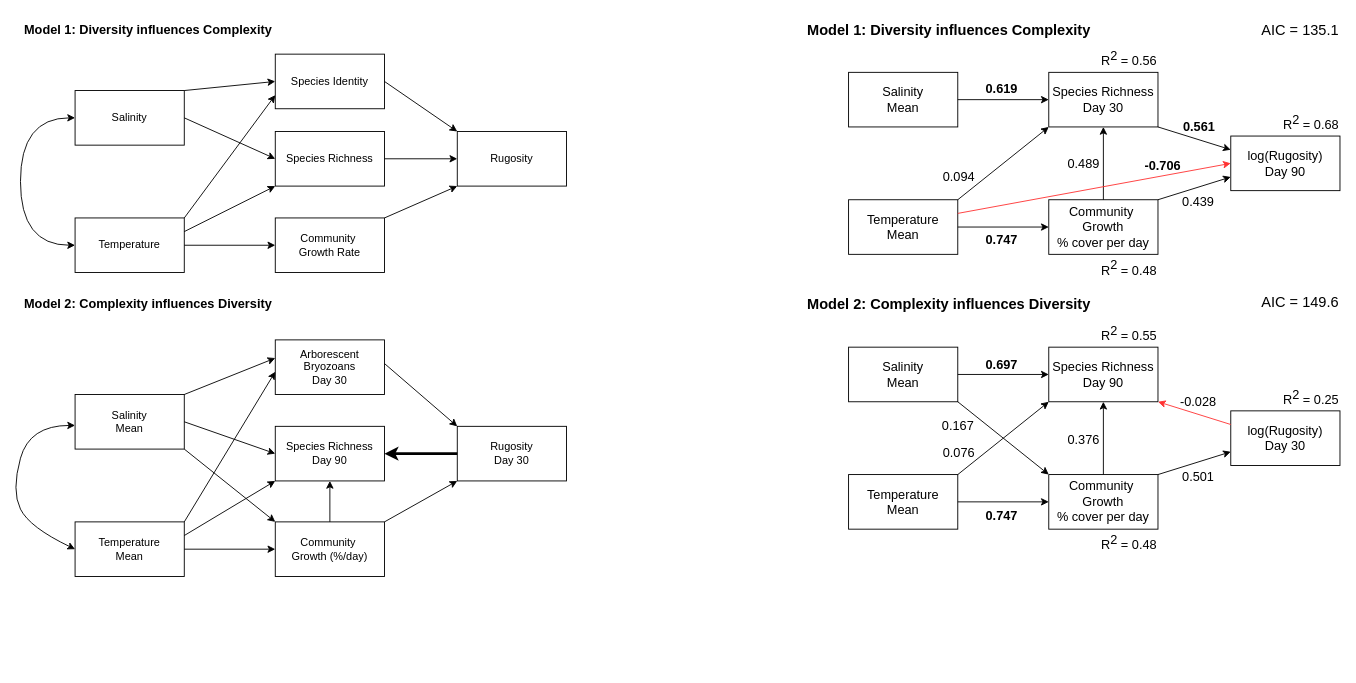
Above: sem/Panels SEM.drawio in mawhal/panels-complexity (draw.io), before the change. Source tidied: cells renumbered, new cells numbered last; positions are measured from the earlier drawing's top-left corner, leaving out a move shared by most shapes. Both pictures are drawn from the tidied source at 91%, with x=0, y=0 at pixel (11, 15).
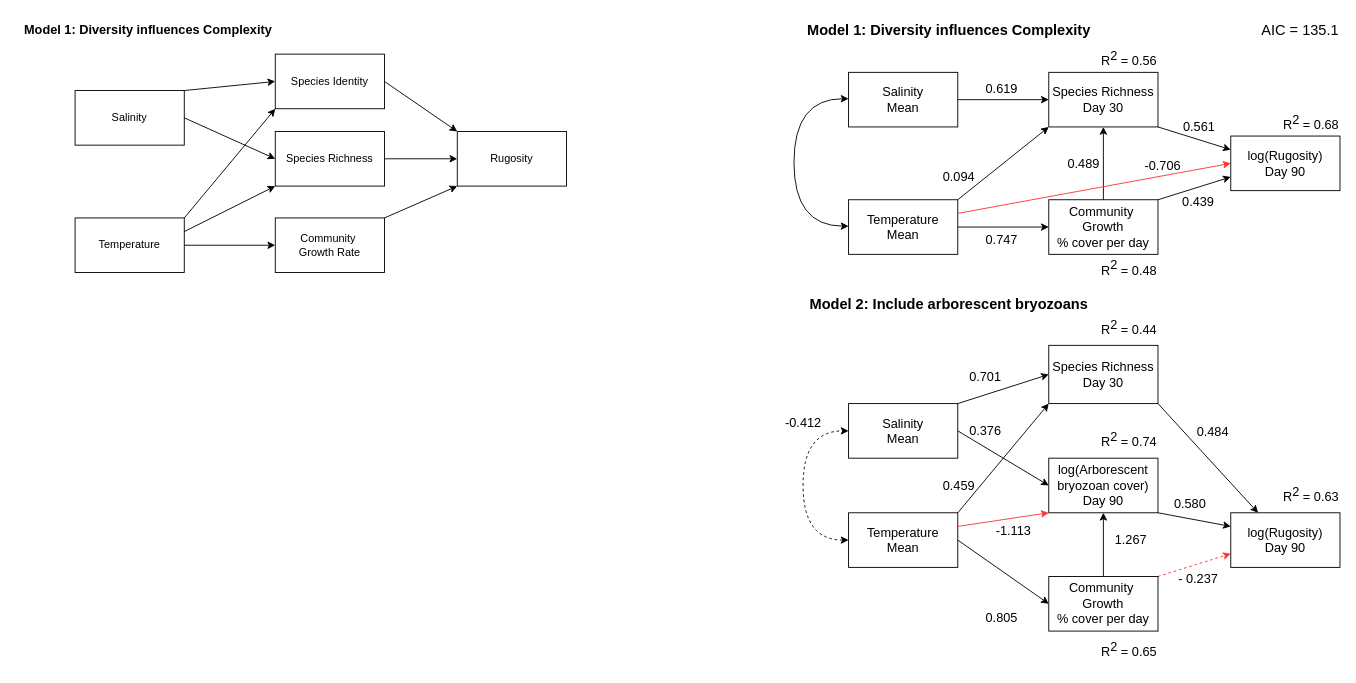
The same page after the edit.

The change refers to these unchanged cells:
```xml
<mxCell id="2" value="Salinity" style="rounded=0;whiteSpace=wrap;html=1;" parent="1" vertex="1">
  <mxGeometry x="70" y="82" width="120" height="60" as="geometry" />
</mxCell>
<mxCell id="6" value="Temperature" style="rounded=0;whiteSpace=wrap;html=1;" parent="1" vertex="1">
  <mxGeometry x="70" y="222" width="120" height="60" as="geometry" />
</mxCell>
<mxCell id="75" value="Species Identity" style="rounded=0;whiteSpace=wrap;html=1;" parent="1" vertex="1">
  <mxGeometry x="290" y="42" width="120" height="60" as="geometry" />
</mxCell>
```

What changed in the source:
```diff
@@
-    <mxCell id="5" style="edgeStyle=orthogonalEdgeStyle;rounded=0;jettySize=auto;html=1;exitX=0;exitY=0.5;exitDx=0;exitDy=0;entryX=0;entryY=0.5;entryDx=0;entryDy=0;curved=1;startArrow=classic;startFill=1;" parent="1" edge="1" source="6" target="2">
-      <mxGeometry relative="1" as="geometry">
-        <Array as="points">
-          <mxPoint x="10" y="252" />
-          <mxPoint x="10" y="112" />
-        </Array>
-      </mxGeometry>
-    </mxCell>
@@
-    <mxCell id="10" style="endArrow=classic;html=1;rounded=0;exitX=1;exitY=0;exitDx=0;exitDy=0;entryX=0;entryY=1;entryDx=0;entryDy=0;" parent="1" edge="1" target="17">
-      <mxGeometry relative="1" as="geometry">
-        <mxPoint x="410" y="556" as="sourcePoint" />
-      </mxGeometry>
-    </mxCell>
@@
-    <mxCell id="12" value="Salinity&lt;div&gt;Mean&lt;/div&gt;" style="rounded=0;whiteSpace=wrap;html=1;" parent="1" vertex="1">
-      <mxGeometry x="70" y="416" width="120" height="60" as="geometry" />
-    </mxCell>
-    <mxCell id="13" value="Community&amp;nbsp;&lt;div&gt;Growth (%/day)&lt;/div&gt;" style="whiteSpace=wrap;html=1;rounded=0;" parent="1" vertex="1">
-      <mxGeometry x="290" y="556" width="120" height="60" as="geometry" />
-    </mxCell>
-    <mxCell id="14" value="Species Richness&lt;div&gt;Day 90&lt;/div&gt;" style="whiteSpace=wrap;html=1;rounded=0;" parent="1" vertex="1">
-      <mxGeometry x="290" y="451" width="120" height="60" as="geometry" />
-    </mxCell>
-    <mxCell id="15" style="endArrow=classic;html=1;rounded=0;entryX=0;entryY=0;entryDx=0;entryDy=0;exitX=1;exitY=1;exitDx=0;exitDy=0;" parent="1" edge="1" source="12" target="13">
-      <mxGeometry relative="1" as="geometry" />
-    </mxCell>
-    <mxCell id="16" value="Temperature&lt;div&gt;Mean&lt;/div&gt;" style="rounded=0;whiteSpace=wrap;html=1;" parent="1" vertex="1">
-      <mxGeometry x="70" y="556" width="120" height="60" as="geometry" />
-    </mxCell>
-    <mxCell id="17" value="Rugosity&lt;div&gt;Day 30&lt;/div&gt;" style="whiteSpace=wrap;html=1;rounded=0;" parent="1" vertex="1">
-      <mxGeometry x="490" y="451" width="120" height="60" as="geometry" />
-    </mxCell>
-    <mxCell id="18" style="endArrow=classic;html=1;rounded=0;entryX=1;entryY=0.5;entryDx=0;entryDy=0;exitX=0;exitY=0.5;exitDx=0;exitDy=0;strokeWidth=3;" parent="1" edge="1" source="17" target="14">
-      <mxGeometry relative="1" as="geometry" />
-    </mxCell>
-    <mxCell id="19" style="endArrow=classic;html=1;rounded=0;entryX=0;entryY=1;entryDx=0;entryDy=0;exitX=1;exitY=0.25;exitDx=0;exitDy=0;" parent="1" edge="1" source="16" target="14">
-      <mxGeometry relative="1" as="geometry" />
-    </mxCell>
-    <mxCell id="20" style="endArrow=classic;html=1;rounded=0;exitX=0.5;exitY=0;exitDx=0;exitDy=0;entryX=0.5;entryY=1;entryDx=0;entryDy=0;" parent="1" edge="1" source="13" target="14">
-      <mxGeometry relative="1" as="geometry" />
-    </mxCell>
-    <mxCell id="21" value="Model 2: Complexity influences Diversity" style="text;html=1;align=center;verticalAlign=middle;strokeColor=none;fillColor=none;fontStyle=1;fontSize=14;" parent="1" vertex="1">
-      <mxGeometry x="15" y="302" width="270" height="30" as="geometry" />
-    </mxCell>
-    <mxCell id="22" style="endArrow=classic;html=1;rounded=0;exitX=1;exitY=0.5;exitDx=0;exitDy=0;entryX=0;entryY=0.5;entryDx=0;entryDy=0;" parent="1" edge="1" source="12" target="14">
-      <mxGeometry relative="1" as="geometry" />
-    </mxCell>
-    <mxCell id="23" style="endArrow=classic;html=1;rounded=0;exitX=1;exitY=0.5;exitDx=0;exitDy=0;entryX=0;entryY=0.5;entryDx=0;entryDy=0;" parent="1" edge="1" source="16" target="13">
-      <mxGeometry relative="1" as="geometry" />
-    </mxCell>
@@
-    <mxCell id="33" style="endArrow=classic;html=1;rounded=0;exitX=1;exitY=0;exitDx=0;exitDy=0;entryX=0;entryY=0.75;entryDx=0;entryDy=0;fontSize=14;" parent="1" edge="1">
+    <mxCell id="33" style="endArrow=classic;html=1;rounded=0;exitX=1;exitY=0;exitDx=0;exitDy=0;entryX=0;entryY=0.75;entryDx=0;entryDy=0;fontSize=14;strokeColor=#FF3333;dashed=1;" parent="1" edge="1">
       <mxGeometry relative="1" as="geometry">
-        <mxPoint x="1260" y="504" as="sourcePoint" />
-        <mxPoint x="1340" y="479" as="targetPoint" />
+        <mxPoint x="1260" y="616" as="sourcePoint" />
+        <mxPoint x="1340" y="591" as="targetPoint" />
       </mxGeometry>
     </mxCell>
@@
     <mxCell id="36" value="Salinity&lt;div style=&quot;font-size: 14px;&quot;&gt;Mean&lt;/div&gt;" style="rounded=0;whiteSpace=wrap;html=1;fontSize=14;" parent="1" vertex="1">
-      <mxGeometry x="920" y="364" width="120" height="60" as="geometry" />
+      <mxGeometry x="920" y="426" width="120" height="60" as="geometry" />
     </mxCell>
     <mxCell id="37" value="Community&amp;nbsp;&lt;div style=&quot;font-size: 14px;&quot;&gt;Growth&lt;/div&gt;&lt;div style=&quot;font-size: 14px;&quot;&gt;% cover per day&lt;/div&gt;" style="whiteSpace=wrap;html=1;rounded=0;fontSize=14;" parent="1" vertex="1">
-      <mxGeometry x="1140" y="504" width="120" height="60" as="geometry" />
+      <mxGeometry x="1140" y="616" width="120" height="60" as="geometry" />
     </mxCell>
-    <mxCell id="38" value="Species Richness&lt;div style=&quot;font-size: 14px;&quot;&gt;Day 90&lt;/div&gt;" style="whiteSpace=wrap;html=1;rounded=0;fontSize=14;" parent="1" vertex="1">
-      <mxGeometry x="1140" y="364" width="120" height="60" as="geometry" />
+    <mxCell id="38" value="&lt;div&gt;log(Arborescent bryozoan cover)&lt;/div&gt;&lt;div&gt;Day 90&lt;/div&gt;" style="whiteSpace=wrap;html=1;rounded=0;fontSize=14;" parent="1" vertex="1">
+      <mxGeometry x="1140" y="486" width="120" height="60" as="geometry" />
     </mxCell>
-    <mxCell id="39" style="endArrow=classic;html=1;rounded=0;entryX=0;entryY=0;entryDx=0;entryDy=0;exitX=1;exitY=1;exitDx=0;exitDy=0;fontSize=14;" parent="1" edge="1" source="36" target="37">
-      <mxGeometry relative="1" as="geometry" />
-    </mxCell>
+    <mxCell id="84" style="edgeStyle=orthogonalEdgeStyle;rounded=0;jettySize=auto;html=1;exitX=0;exitY=0.5;exitDx=0;exitDy=0;entryX=0;entryY=0.5;entryDx=0;entryDy=0;curved=1;startArrow=classic;startFill=1;dashed=1;" parent="1" edge="1" source="40" target="36">
+      <mxGeometry relative="1" as="geometry">
+        <Array as="points">
+          <mxPoint x="870" y="576" />
+          <mxPoint x="870" y="456" />
+        </Array>
+      </mxGeometry>
+    </mxCell>
     <mxCell id="40" value="Temperature&lt;div style=&quot;font-size: 14px;&quot;&gt;Mean&lt;/div&gt;" style="rounded=0;whiteSpace=wrap;html=1;fontSize=14;" parent="1" vertex="1">
-      <mxGeometry x="920" y="504" width="120" height="60" as="geometry" />
+      <mxGeometry x="920" y="546" width="120" height="60" as="geometry" />
     </mxCell>
-    <mxCell id="41" value="log(Rugosity)&lt;div style=&quot;font-size: 14px;&quot;&gt;Day 30&lt;/div&gt;" style="whiteSpace=wrap;html=1;rounded=0;fontSize=14;" parent="1" vertex="1">
-      <mxGeometry x="1340" y="434" width="120" height="60" as="geometry" />
+    <mxCell id="41" value="log(Rugosity)&lt;div style=&quot;font-size: 14px;&quot;&gt;Day 90&lt;/div&gt;" style="whiteSpace=wrap;html=1;rounded=0;fontSize=14;" parent="1" vertex="1">
+      <mxGeometry x="1340" y="546" width="120" height="60" as="geometry" />
     </mxCell>
-    <mxCell id="42" style="endArrow=classic;html=1;rounded=0;entryX=1;entryY=1;entryDx=0;entryDy=0;exitX=0;exitY=0.25;exitDx=0;exitDy=0;strokeColor=#FF3333;fontSize=14;" parent="1" edge="1" source="41" target="38">
-      <mxGeometry relative="1" as="geometry" />
-    </mxCell>
-    <mxCell id="43" style="endArrow=classic;html=1;rounded=0;entryX=0;entryY=1;entryDx=0;entryDy=0;exitX=1;exitY=0;exitDx=0;exitDy=0;fontSize=14;" parent="1" edge="1" source="40" target="38">
+    <mxCell id="43" style="endArrow=classic;html=1;rounded=0;entryX=0;entryY=1;entryDx=0;entryDy=0;exitX=1;exitY=0.25;exitDx=0;exitDy=0;fontSize=14;strokeColor=#FF3333;" parent="1" edge="1" source="40" target="38">
       <mxGeometry relative="1" as="geometry" />
     </mxCell>
-    <mxCell id="44" style="endArrow=classic;html=1;rounded=0;exitX=0.5;exitY=0;exitDx=0;exitDy=0;entryX=0.5;entryY=1;entryDx=0;entryDy=0;fontSize=14;" parent="1" edge="1" source="37" target="38">
-      <mxGeometry relative="1" as="geometry" />
-    </mxCell>
-    <mxCell id="45" value="Model 2: Complexity influences Diversity" style="text;html=1;align=center;verticalAlign=middle;strokeColor=none;fillColor=none;fontStyle=1;fontSize=16;" parent="1" vertex="1">
+    <mxCell id="45" value="Model 2: Include arborescent bryozoans" style="text;html=1;align=center;verticalAlign=middle;strokeColor=none;fillColor=none;fontStyle=1;fontSize=16;" parent="1" vertex="1">
       <mxGeometry x="875" y="302" width="310" height="30" as="geometry" />
     </mxCell>
@@
-    <mxCell id="50" value="AIC = 149.6" style="text;html=1;align=right;verticalAlign=middle;strokeColor=none;fillColor=none;fontSize=16;" parent="1" vertex="1">
-      <mxGeometry x="1350" y="299" width="110" height="30" as="geometry" />
-    </mxCell>
@@
-    <mxCell id="58" value="&lt;div style=&quot;font-size: 14px;&quot;&gt;&lt;span style=&quot;background-color: initial; font-size: 14px;&quot;&gt;R&lt;/span&gt;&lt;sup style=&quot;background-color: initial; font-size: 14px;&quot;&gt;2 &lt;/sup&gt;&lt;span style=&quot;background-color: initial; font-size: 14px;&quot;&gt;= 0.25&lt;/span&gt;&lt;/div&gt;" style="text;html=1;align=right;verticalAlign=middle;strokeColor=none;fillColor=none;fontSize=14;" parent="1" vertex="1">
-      <mxGeometry x="1380" y="399" width="80" height="40" as="geometry" />
+    <mxCell id="58" value="&lt;div style=&quot;font-size: 14px;&quot;&gt;&lt;span style=&quot;background-color: initial; font-size: 14px;&quot;&gt;R&lt;/span&gt;&lt;sup style=&quot;background-color: initial; font-size: 14px;&quot;&gt;2 &lt;/sup&gt;&lt;span style=&quot;background-color: initial; font-size: 14px;&quot;&gt;= 0.63&lt;/span&gt;&lt;/div&gt;" style="text;html=1;align=right;verticalAlign=middle;strokeColor=none;fillColor=none;fontSize=14;" parent="1" vertex="1">
+      <mxGeometry x="1380" y="506" width="80" height="40" as="geometry" />
     </mxCell>
-    <mxCell id="59" value="&lt;div style=&quot;font-size: 14px;&quot;&gt;&lt;span style=&quot;background-color: initial; font-size: 14px;&quot;&gt;R&lt;/span&gt;&lt;sup style=&quot;background-color: initial; font-size: 14px;&quot;&gt;2 &lt;/sup&gt;&lt;span style=&quot;background-color: initial; font-size: 14px;&quot;&gt;= 0.55&lt;/span&gt;&lt;/div&gt;" style="text;html=1;align=right;verticalAlign=middle;strokeColor=none;fillColor=none;fontSize=14;" parent="1" vertex="1">
-      <mxGeometry x="1180" y="329" width="80" height="40" as="geometry" />
-    </mxCell>
-    <mxCell id="60" value="&lt;div style=&quot;font-size: 14px;&quot;&gt;&lt;span style=&quot;background-color: initial; font-size: 14px;&quot;&gt;R&lt;/span&gt;&lt;sup style=&quot;background-color: initial; font-size: 14px;&quot;&gt;2 &lt;/sup&gt;&lt;span style=&quot;background-color: initial; font-size: 14px;&quot;&gt;= 0.48&lt;/span&gt;&lt;/div&gt;" style="text;html=1;align=right;verticalAlign=middle;strokeColor=none;fillColor=none;fontSize=14;" parent="1" vertex="1">
-      <mxGeometry x="1180" y="559" width="80" height="40" as="geometry" />
+    <mxCell id="60" value="&lt;div style=&quot;font-size: 14px;&quot;&gt;&lt;span style=&quot;background-color: initial; font-size: 14px;&quot;&gt;R&lt;/span&gt;&lt;sup style=&quot;background-color: initial; font-size: 14px;&quot;&gt;2 &lt;/sup&gt;&lt;span style=&quot;background-color: initial; font-size: 14px;&quot;&gt;= 0.65&lt;/span&gt;&lt;/div&gt;" style="text;html=1;align=right;verticalAlign=middle;strokeColor=none;fillColor=none;fontSize=14;" parent="1" vertex="1">
+      <mxGeometry x="1180" y="676" width="80" height="40" as="geometry" />
     </mxCell>
-    <mxCell id="61" value="0.747" style="text;html=1;align=center;verticalAlign=middle;strokeColor=none;fillColor=none;fontStyle=1;fontSize=14;" parent="1" vertex="1">
+    <mxCell id="61" value="0.747" style="text;html=1;align=center;verticalAlign=middle;strokeColor=none;fillColor=none;fontStyle=0;fontSize=14;" parent="1" vertex="1">
       <mxGeometry x="1058" y="231" width="60" height="30" as="geometry" />
     </mxCell>
-    <mxCell id="62" value="0.619" style="text;html=1;align=center;verticalAlign=middle;strokeColor=none;fillColor=none;fontStyle=1;fontSize=14;" parent="1" vertex="1">
+    <mxCell id="62" value="0.619" style="text;html=1;align=center;verticalAlign=middle;strokeColor=none;fillColor=none;fontStyle=0;fontSize=14;" parent="1" vertex="1">
       <mxGeometry x="1058" y="65" width="60" height="30" as="geometry" />
     </mxCell>
@@
-    <mxCell id="64" value="-0.706" style="text;html=1;align=center;verticalAlign=middle;strokeColor=none;fillColor=none;fontStyle=1;fontSize=14;" parent="1" vertex="1">
+    <mxCell id="64" value="-0.706" style="text;html=1;align=center;verticalAlign=middle;strokeColor=none;fillColor=none;fontStyle=0;fontSize=14;" parent="1" vertex="1">
       <mxGeometry x="1235" y="150" width="60" height="30" as="geometry" />
     </mxCell>
@@
-    <mxCell id="66" value="0.561" style="text;html=1;align=center;verticalAlign=middle;strokeColor=none;fillColor=none;fontStyle=1;fontSize=14;" parent="1" vertex="1">
+    <mxCell id="66" value="0.561" style="text;html=1;align=center;verticalAlign=middle;strokeColor=none;fillColor=none;fontStyle=0;fontSize=14;" parent="1" vertex="1">
       <mxGeometry x="1275" y="107" width="60" height="30" as="geometry" />
     </mxCell>
@@
-    <mxCell id="68" value="0.747" style="text;html=1;align=center;verticalAlign=middle;strokeColor=none;fillColor=none;fontStyle=1;fontSize=14;" parent="1" vertex="1">
-      <mxGeometry x="1058" y="534" width="60" height="30" as="geometry" />
+    <mxCell id="68" value="&lt;span style=&quot;font-weight: normal;&quot;&gt;0.805&lt;/span&gt;" style="text;html=1;align=center;verticalAlign=middle;strokeColor=none;fillColor=none;fontStyle=1;fontSize=14;" parent="1" vertex="1">
+      <mxGeometry x="1058" y="646" width="60" height="30" as="geometry" />
     </mxCell>
-    <mxCell id="69" value="0.167" style="text;html=1;align=center;verticalAlign=middle;strokeColor=none;fillColor=none;fontSize=14;" parent="1" vertex="1">
-      <mxGeometry x="1010" y="435" width="60" height="30" as="geometry" />
+    <mxCell id="69" value="0.459" style="text;html=1;align=center;verticalAlign=middle;strokeColor=none;fillColor=none;fontSize=14;" parent="1" vertex="1">
+      <mxGeometry x="1011" y="501" width="60" height="30" as="geometry" />
     </mxCell>
-    <mxCell id="70" value="0.697" style="text;html=1;align=center;verticalAlign=middle;strokeColor=none;fillColor=none;fontStyle=1;fontSize=14;" parent="1" vertex="1">
-      <mxGeometry x="1058" y="368" width="60" height="30" as="geometry" />
+    <mxCell id="70" value="&lt;span style=&quot;font-weight: normal;&quot;&gt;0.701&lt;/span&gt;" style="text;html=1;align=center;verticalAlign=middle;strokeColor=none;fillColor=none;fontStyle=1;fontSize=14;" parent="1" vertex="1">
+      <mxGeometry x="1040" y="382" width="60" height="30" as="geometry" />
     </mxCell>
-    <mxCell id="71" value="0.376" style="text;html=1;align=center;verticalAlign=middle;strokeColor=none;fillColor=none;fontSize=14;" parent="1" vertex="1">
-      <mxGeometry x="1148" y="451" width="60" height="30" as="geometry" />
-    </mxCell>
-    <mxCell id="72" value="0.501" style="text;html=1;align=center;verticalAlign=middle;strokeColor=none;fillColor=none;fontSize=14;" parent="1" vertex="1">
-      <mxGeometry x="1274" y="492" width="60" height="30" as="geometry" />
+    <mxCell id="72" value="- 0.237" style="text;html=1;align=center;verticalAlign=middle;strokeColor=none;fillColor=none;fontSize=14;" parent="1" vertex="1">
+      <mxGeometry x="1269" y="604" width="70" height="30" as="geometry" />
     </mxCell>
-    <mxCell id="73" value="-0.028" style="text;html=1;align=center;verticalAlign=middle;strokeColor=none;fillColor=none;fontStyle=0;fontSize=14;" parent="1" vertex="1">
-      <mxGeometry x="1274" y="409" width="60" height="30" as="geometry" />
-    </mxCell>
-    <mxCell id="74" value="0.076" style="text;html=1;align=center;verticalAlign=middle;strokeColor=none;fillColor=none;fontSize=14;" parent="1" vertex="1">
-      <mxGeometry x="1011" y="465" width="60" height="30" as="geometry" />
+    <mxCell id="74" value="-1.113" style="text;html=1;align=center;verticalAlign=middle;strokeColor=none;fillColor=none;fontSize=14;" parent="1" vertex="1">
+      <mxGeometry x="1071" y="551" width="60" height="30" as="geometry" />
     </mxCell>
@@
-    <mxCell id="76" value="Arborescent Bryozoans&lt;div&gt;Day 30&lt;/div&gt;" style="rounded=0;whiteSpace=wrap;html=1;" parent="1" vertex="1">
-      <mxGeometry x="290" y="356" width="120" height="60" as="geometry" />
-    </mxCell>
@@
-    <mxCell id="79" style="endArrow=classic;html=1;rounded=0;entryX=0;entryY=0.75;entryDx=0;entryDy=0;exitX=1;exitY=0;exitDx=0;exitDy=0;" parent="1" edge="1" source="6" target="75">
+    <mxCell id="79" style="endArrow=classic;html=1;rounded=0;entryX=0;entryY=1;entryDx=0;entryDy=0;exitX=1;exitY=0;exitDx=0;exitDy=0;" parent="1" edge="1" source="6" target="75">
       <mxGeometry relative="1" as="geometry" />
     </mxCell>
-    <mxCell id="80" style="endArrow=classic;html=1;rounded=0;entryX=0;entryY=0.5;entryDx=0;entryDy=0;exitX=1;exitY=0;exitDx=0;exitDy=0;" parent="1" edge="1" source="12">
-      <mxGeometry relative="1" as="geometry">
-        <mxPoint x="290" y="376" as="targetPoint" />
-      </mxGeometry>
-    </mxCell>
-    <mxCell id="81" style="endArrow=classic;html=1;rounded=0;entryX=0;entryY=0.75;entryDx=0;entryDy=0;exitX=1;exitY=0.5;exitDx=0;exitDy=0;" parent="1" edge="1">
-      <mxGeometry relative="1" as="geometry">
-        <mxPoint x="190" y="556" as="sourcePoint" />
-        <mxPoint x="290" y="391" as="targetPoint" />
-      </mxGeometry>
-    </mxCell>
-    <mxCell id="82" style="curved=1;endArrow=classic;html=1;rounded=0;exitX=0;exitY=0.5;exitDx=0;exitDy=0;startArrow=classic;startFill=1;" parent="1" edge="1" source="16">
-      <mxGeometry relative="1" as="geometry">
-        <mxPoint x="70" y="450" as="targetPoint" />
-        <Array as="points">
-          <mxPoint x="20" y="562" />
-          <mxPoint y="522" />
-          <mxPoint x="20" y="450" />
-        </Array>
-      </mxGeometry>
-    </mxCell>
-    <mxCell id="83" style="endArrow=classic;html=1;rounded=0;entryX=0;entryY=0;entryDx=0;entryDy=0;" parent="1" edge="1" target="17">
-      <mxGeometry relative="1" as="geometry">
-        <mxPoint x="410" y="382" as="sourcePoint" />
-      </mxGeometry>
-    </mxCell>
+    <mxCell id="85" value="&lt;div style=&quot;font-size: 14px;&quot;&gt;Species Richness&lt;div&gt;Day 30&lt;/div&gt;&lt;/div&gt;" style="whiteSpace=wrap;html=1;rounded=0;fontSize=14;" parent="1" vertex="1">
+      <mxGeometry x="1140" y="362" width="120" height="64" as="geometry" />
+    </mxCell>
+    <mxCell id="86" style="endArrow=classic;html=1;rounded=0;fontSize=14;exitX=1;exitY=0;exitDx=0;exitDy=0;entryX=0;entryY=0.5;entryDx=0;entryDy=0;" parent="1" edge="1" source="36" target="85">
+      <mxGeometry relative="1" as="geometry" />
+    </mxCell>
+    <mxCell id="87" style="endArrow=classic;html=1;rounded=0;fontSize=14;entryX=0.25;entryY=0;entryDx=0;entryDy=0;exitX=1;exitY=1;exitDx=0;exitDy=0;" parent="1" edge="1" source="85" target="41">
+      <mxGeometry relative="1" as="geometry" />
+    </mxCell>
+    <mxCell id="88" style="endArrow=classic;html=1;rounded=0;entryX=0;entryY=1;entryDx=0;entryDy=0;exitX=1;exitY=0;exitDx=0;exitDy=0;fontSize=14;strokeColor=#000000;" parent="1" edge="1" source="40" target="85">
+      <mxGeometry relative="1" as="geometry" />
+    </mxCell>
+    <mxCell id="89" style="edgeStyle=orthogonalEdgeStyle;rounded=0;orthogonalLoop=1;jettySize=auto;html=1;exitX=0;exitY=0.5;exitDx=0;exitDy=0;entryX=0;entryY=0.5;entryDx=0;entryDy=0;curved=1;startArrow=classic;startFill=1;" parent="1" edge="1">
+      <mxGeometry relative="1" as="geometry">
+        <mxPoint x="920" y="231" as="sourcePoint" />
+        <mxPoint x="920" y="91" as="targetPoint" />
+        <Array as="points">
+          <mxPoint x="860" y="231" />
+          <mxPoint x="860" y="91" />
+        </Array>
+      </mxGeometry>
+    </mxCell>
+    <mxCell id="71" value="0.376" style="text;html=1;align=center;verticalAlign=middle;strokeColor=none;fillColor=none;fontSize=14;" parent="1" vertex="1">
+      <mxGeometry x="1040" y="441" width="60" height="30" as="geometry" />
+    </mxCell>
+    <mxCell id="90" style="endArrow=classic;html=1;rounded=0;fontSize=14;exitX=1;exitY=1;exitDx=0;exitDy=0;entryX=0;entryY=0.25;entryDx=0;entryDy=0;" parent="1" edge="1" source="38" target="41">
+      <mxGeometry relative="1" as="geometry" />
+    </mxCell>
+    <mxCell id="91" value="0.484" style="text;html=1;align=center;verticalAlign=middle;strokeColor=none;fillColor=none;fontStyle=0;fontSize=14;" parent="1" vertex="1">
+      <mxGeometry x="1290" y="442" width="60" height="30" as="geometry" />
+    </mxCell>
+    <mxCell id="44" style="endArrow=classic;html=1;rounded=0;fontSize=14;entryX=0.5;entryY=1;entryDx=0;entryDy=0;exitX=0.5;exitY=0;exitDx=0;exitDy=0;" parent="1" edge="1" source="37" target="38">
+      <mxGeometry relative="1" as="geometry" />
+    </mxCell>
+    <mxCell id="92" value="1.267" style="text;html=1;align=center;verticalAlign=middle;strokeColor=none;fillColor=none;fontSize=14;" parent="1" vertex="1">
+      <mxGeometry x="1200" y="561" width="60" height="30" as="geometry" />
+    </mxCell>
+    <mxCell id="93" value="0.580" style="text;html=1;align=center;verticalAlign=middle;strokeColor=none;fillColor=none;fontStyle=0;fontSize=14;" parent="1" vertex="1">
+      <mxGeometry x="1265" y="521" width="60" height="30" as="geometry" />
+    </mxCell>
+    <mxCell id="94" value="-0.412" style="text;html=1;align=center;verticalAlign=middle;strokeColor=none;fillColor=none;fontSize=14;" parent="1" vertex="1">
+      <mxGeometry x="840" y="432" width="60" height="30" as="geometry" />
+    </mxCell>
+    <mxCell id="95" value="&lt;div style=&quot;font-size: 14px;&quot;&gt;&lt;span style=&quot;background-color: initial; font-size: 14px;&quot;&gt;R&lt;/span&gt;&lt;sup style=&quot;background-color: initial; font-size: 14px;&quot;&gt;2 &lt;/sup&gt;&lt;span style=&quot;background-color: initial; font-size: 14px;&quot;&gt;= 0.44&lt;/span&gt;&lt;/div&gt;" style="text;html=1;align=right;verticalAlign=middle;strokeColor=none;fillColor=none;fontSize=14;" parent="1" vertex="1">
+      <mxGeometry x="1180" y="322" width="80" height="40" as="geometry" />
+    </mxCell>
+    <mxCell id="96" value="&lt;div style=&quot;font-size: 14px;&quot;&gt;&lt;span style=&quot;background-color: initial; font-size: 14px;&quot;&gt;R&lt;/span&gt;&lt;sup style=&quot;background-color: initial; font-size: 14px;&quot;&gt;2 &lt;/sup&gt;&lt;span style=&quot;background-color: initial; font-size: 14px;&quot;&gt;= 0.74&lt;/span&gt;&lt;/div&gt;" style="text;html=1;align=right;verticalAlign=middle;strokeColor=none;fillColor=none;fontSize=14;" parent="1" vertex="1">
+      <mxGeometry x="1180" y="446" width="80" height="40" as="geometry" />
+    </mxCell>
```
